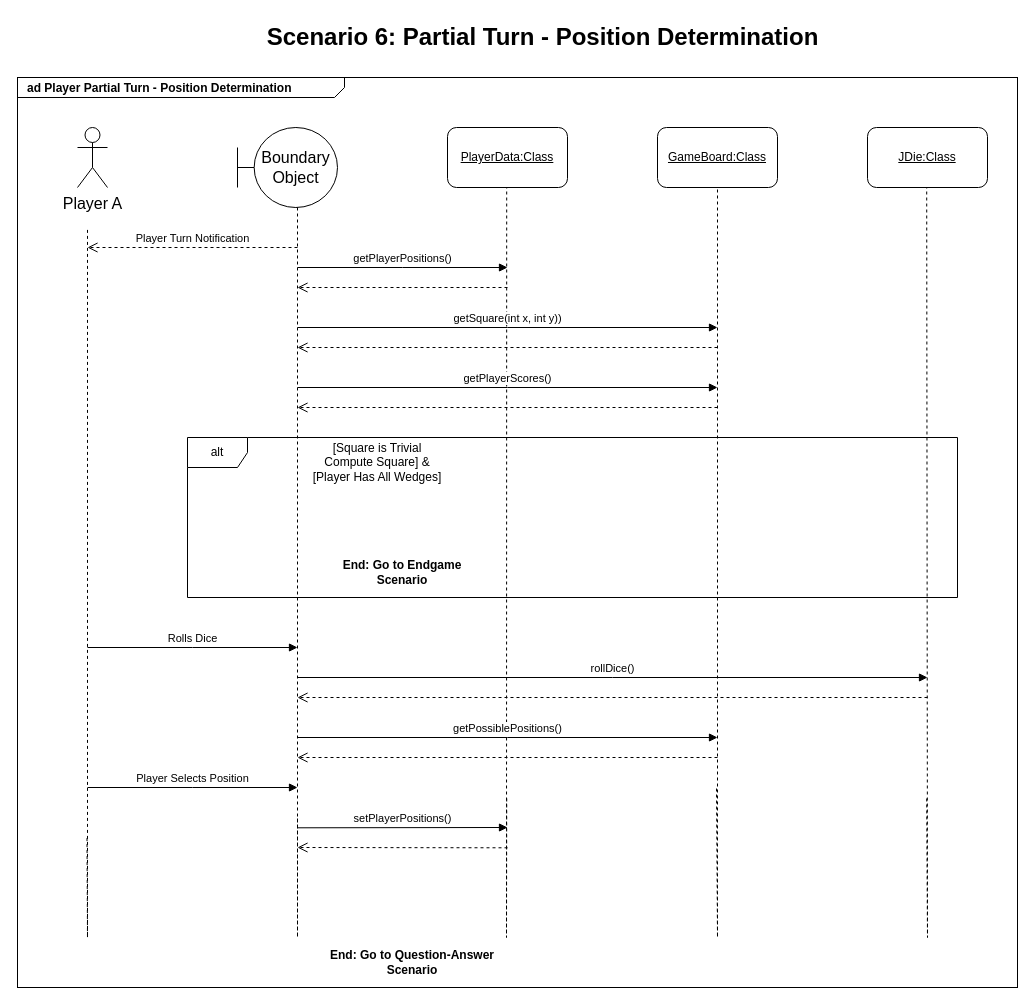
Above: Scenario 6 - Position Determination.drawio in ZBrr271/Diagrams (draw.io), before the change. Source tidied: cells renumbered, new cells numbered last; positions are measured from the earlier drawing's top-left corner, leaving out a move shared by most shapes. Both pictures are drawn from the tidied source at 100%, with x=0, y=0 at pixel (17, 17).
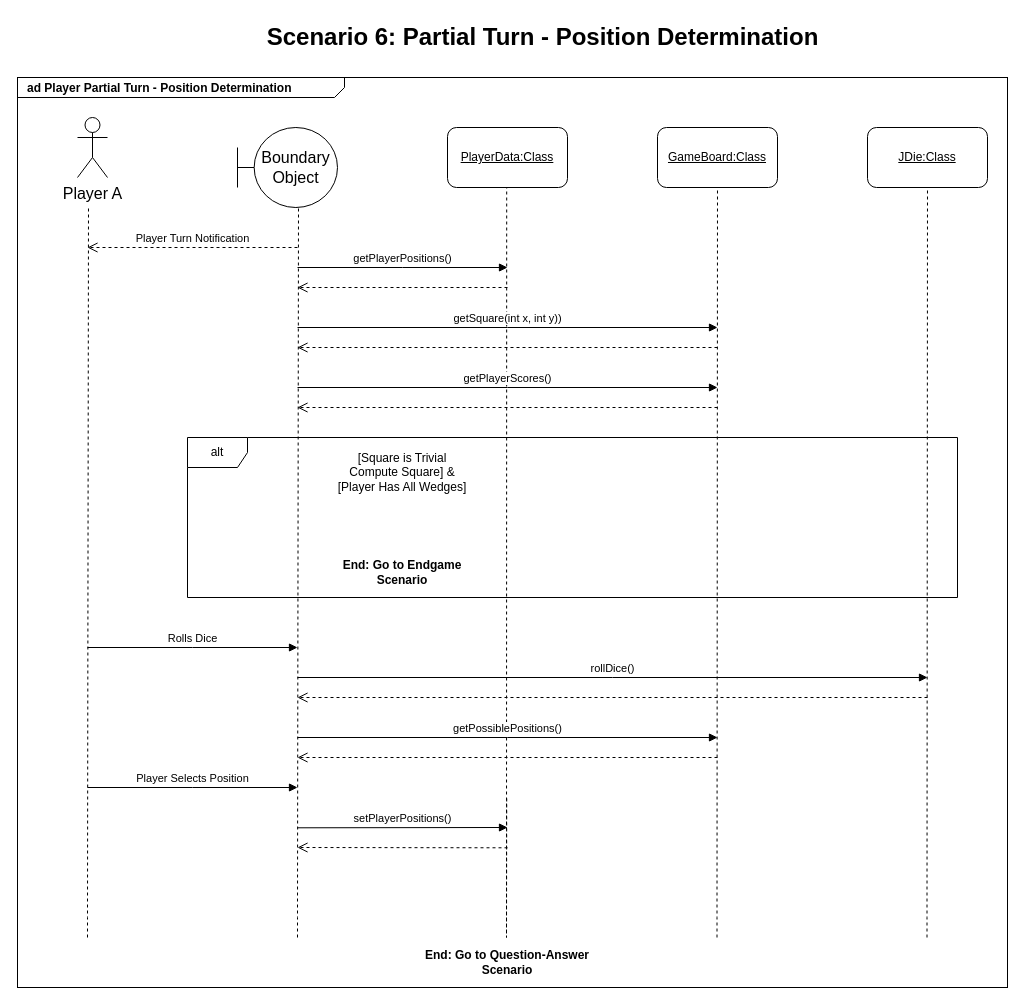
After the change.

The change refers to these unchanged cells:
```xml
<mxCell id="7" value="&lt;u&gt;GameBoard:Class&lt;/u&gt;" style="rounded=1;whiteSpace=wrap;html=1;" parent="1" vertex="1">
  <mxGeometry x="640" y="110" width="120" height="60" as="geometry" />
</mxCell>
```

Change to the diagram source:
```diff
@@
     <mxCell id="2" value="&lt;p style=&quot;margin: 0px ; margin-top: 4px ; margin-left: 10px ; text-align: left&quot;&gt;&lt;b&gt;ad Player Partial Turn - Position Determination&lt;/b&gt;&lt;/p&gt;" style="html=1;strokeWidth=1;shape=mxgraph.sysml.package;html=1;overflow=fill;whiteSpace=wrap;fillColor=none;gradientColor=none;fontSize=12;align=center;labelX=327.64;" parent="1" vertex="1">
-      <mxGeometry y="60" width="1000" height="910" as="geometry" />
+      <mxGeometry y="60" width="990" height="910" as="geometry" />
     </mxCell>
@@
     <mxCell id="4" value="Player A" style="shape=umlActor;html=1;verticalLabelPosition=bottom;verticalAlign=top;align=center;fontSize=16;" parent="1" vertex="1">
-      <mxGeometry x="60" y="110" width="30" height="60" as="geometry" />
+      <mxGeometry x="60" y="100" width="30" height="60" as="geometry" />
     </mxCell>
@@
-    <mxCell id="9" style="endArrow=none;dashed=1;html=1;rounded=0;exitX=0.05;exitY=0.544;exitDx=0;exitDy=0;exitPerimeter=0;" parent="1" edge="1">
-      <mxGeometry relative="1" as="geometry">
-        <mxPoint x="69.5" y="820.6" as="sourcePoint" />
-        <mxPoint x="70" y="210" as="targetPoint" />
-        <Array as="points">
-          <mxPoint x="70" y="920" />
-        </Array>
-      </mxGeometry>
-    </mxCell>
-    <mxCell id="10" style="endArrow=none;dashed=1;html=1;rounded=0;exitX=0.05;exitY=0.544;exitDx=0;exitDy=0;exitPerimeter=0;" parent="1" edge="1">
-      <mxGeometry relative="1" as="geometry">
-        <mxPoint x="280" y="801" as="sourcePoint" />
-        <mxPoint x="280" y="190" as="targetPoint" />
-        <Array as="points">
-          <mxPoint x="280" y="920" />
-        </Array>
-      </mxGeometry>
-    </mxCell>
-    <mxCell id="11" style="endArrow=none;dashed=1;html=1;rounded=0;exitX=0.05;exitY=0.544;exitDx=0;exitDy=0;exitPerimeter=0;" parent="1" edge="1">
-      <mxGeometry relative="1" as="geometry">
-        <mxPoint x="909.2" y="781" as="sourcePoint" />
-        <mxPoint x="909.2" y="170" as="targetPoint" />
-        <Array as="points">
-          <mxPoint x="910" y="920" />
-        </Array>
-      </mxGeometry>
-    </mxCell>
@@
     <mxCell id="21" value="[Square is Trivial Compute Square] &amp;amp; [Player Has All Wedges]" style="text;html=1;strokeColor=none;fillColor=none;align=center;verticalAlign=middle;whiteSpace=wrap;rounded=0;" parent="1" vertex="1">
-      <mxGeometry x="290" y="430" width="140" height="30" as="geometry" />
+      <mxGeometry x="315" y="440" width="140" height="30" as="geometry" />
     </mxCell>
-    <mxCell id="22" style="endArrow=none;dashed=1;html=1;rounded=0;exitX=0.05;exitY=0.544;exitDx=0;exitDy=0;exitPerimeter=0;entryX=0.5;entryY=1;entryDx=0;entryDy=0;" parent="1" edge="1" target="7">
-      <mxGeometry relative="1" as="geometry">
-        <mxPoint x="699" y="771" as="sourcePoint" />
-        <Array as="points">
-          <mxPoint x="700" y="920" />
-        </Array>
-      </mxGeometry>
-    </mxCell>
@@
     <mxCell id="32" value="&lt;b&gt;End: Go to Question-Answer Scenario&lt;/b&gt;" style="text;html=1;strokeColor=none;fillColor=none;align=center;verticalAlign=middle;whiteSpace=wrap;rounded=0;" parent="1" vertex="1">
-      <mxGeometry x="310" y="930" width="170" height="30" as="geometry" />
+      <mxGeometry x="405" y="930" width="170" height="30" as="geometry" />
     </mxCell>
+    <mxCell id="33" style="endArrow=none;dashed=1;html=1;rounded=0;exitX=0.28;exitY=0.967;exitDx=0;exitDy=0;exitPerimeter=0;" parent="1" edge="1">
+      <mxGeometry relative="1" as="geometry">
+        <mxPoint x="699.5" y="920" as="sourcePoint" />
+        <mxPoint x="700" y="170" as="targetPoint" />
+        <Array as="points">
+          <mxPoint x="699.5" y="900" />
+          <mxPoint x="699.5" y="890" />
+        </Array>
+      </mxGeometry>
+    </mxCell>
+    <mxCell id="34" style="endArrow=none;dashed=1;html=1;rounded=0;exitX=0.28;exitY=0.967;exitDx=0;exitDy=0;exitPerimeter=0;" parent="1" edge="1">
+      <mxGeometry relative="1" as="geometry">
+        <mxPoint x="280" y="920" as="sourcePoint" />
+        <mxPoint x="281" y="190" as="targetPoint" />
+        <Array as="points">
+          <mxPoint x="280" y="900" />
+          <mxPoint x="280" y="890" />
+        </Array>
+      </mxGeometry>
+    </mxCell>
+    <mxCell id="35" style="endArrow=none;dashed=1;html=1;rounded=0;exitX=0.28;exitY=0.967;exitDx=0;exitDy=0;exitPerimeter=0;" parent="1" edge="1">
+      <mxGeometry relative="1" as="geometry">
+        <mxPoint x="909.5" y="920" as="sourcePoint" />
+        <mxPoint x="910" y="170" as="targetPoint" />
+        <Array as="points">
+          <mxPoint x="909.5" y="900" />
+          <mxPoint x="909.5" y="890" />
+        </Array>
+      </mxGeometry>
+    </mxCell>
+    <mxCell id="36" style="endArrow=none;dashed=1;html=1;rounded=0;exitX=0.28;exitY=0.967;exitDx=0;exitDy=0;exitPerimeter=0;" parent="1" edge="1">
+      <mxGeometry relative="1" as="geometry">
+        <mxPoint x="70" y="920" as="sourcePoint" />
+        <mxPoint x="71" y="190" as="targetPoint" />
+        <Array as="points">
+          <mxPoint x="70" y="900" />
+          <mxPoint x="70" y="890" />
+        </Array>
+      </mxGeometry>
+    </mxCell>
```
